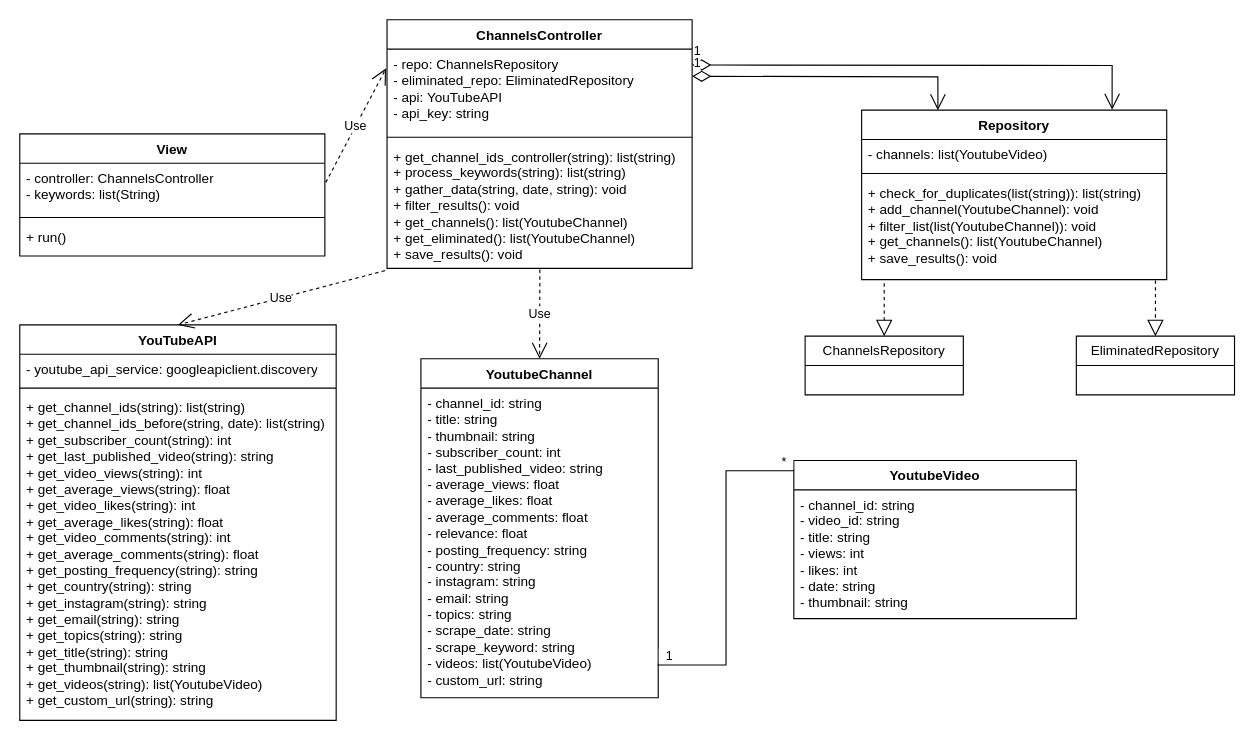
916-Silasi-Marius/Youtube-Scraping keeps this draw.io diagram as Data/Class Diagram.drawio. Above is the earlier version. Source tidied: cells renumbered, new cells numbered last; positions are measured from the earlier drawing's top-left corner, leaving out a move shared by most shapes. Both pictures are drawn from the tidied source at 113%, with x=0, y=0 at pixel (19, 19).
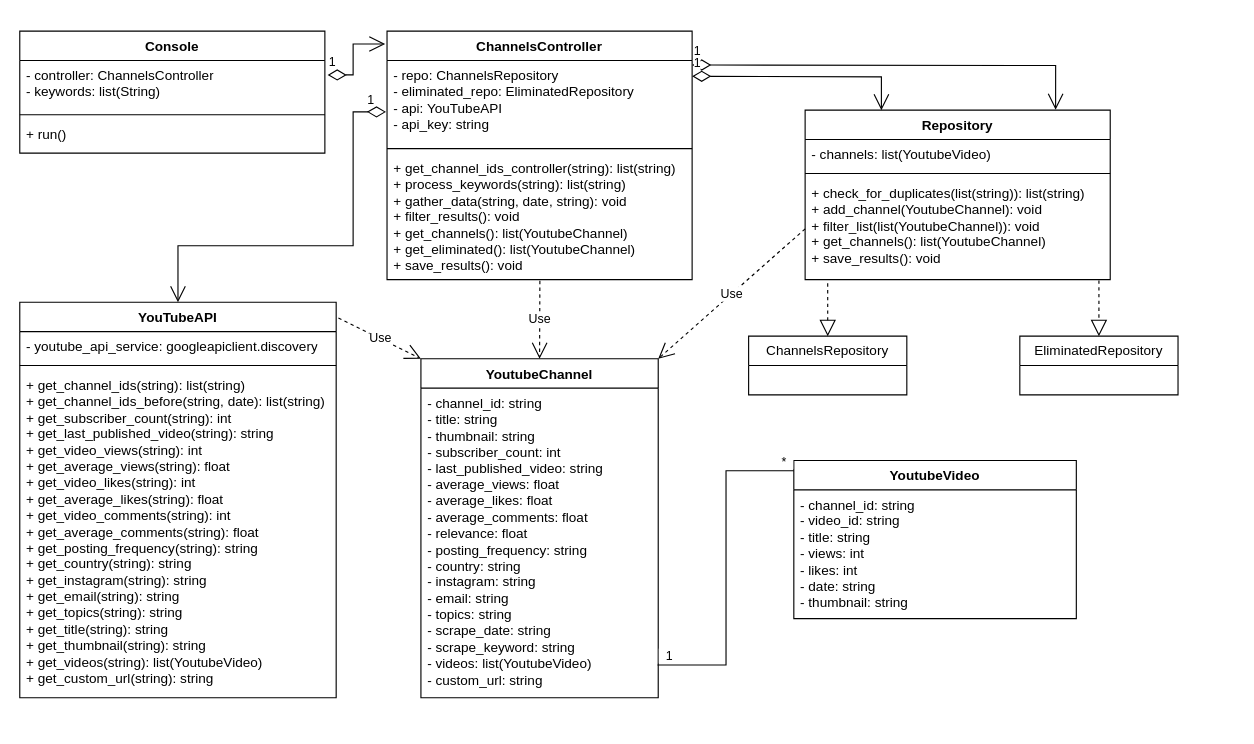
The same page after the edit.

Unchanged cells that the change refers to:
```xml
<mxCell id="2" value="YoutubeChannel" style="swimlane;fontStyle=1;align=center;verticalAlign=top;horizontal=1;startSize=26;whiteSpace=wrap;html=1;" parent="1" vertex="1">
  <mxGeometry x="355" y="300" width="210" height="300" as="geometry" />
</mxCell>
<mxCell id="15" value="- repo: ChannelsRepository&lt;br&gt;- eliminated_repo: EliminatedRepository&lt;br&gt;- api: YouTubeAPI&lt;br&gt;- api_key: string" style="text;strokeColor=none;fillColor=none;align=left;verticalAlign=top;spacingLeft=4;spacingRight=4;overflow=hidden;points=[[0,0.5],[1,0.5]];portConstraint=eastwest;whiteSpace=wrap;html=1;" parent="14" vertex="1">
  <mxGeometry y="26" width="270" height="74" as="geometry" />
</mxCell>
<mxCell id="17" value="+&amp;nbsp;get_channel_ids_controller(string): list(string)&lt;br&gt;+&amp;nbsp;process_keywords(string): list(string)&lt;br&gt;+&amp;nbsp;gather_data(string, date, string): void&lt;br&gt;+ filter_results(): void&lt;br&gt;+&amp;nbsp;get_channels(): list(YoutubeChannel)&lt;br&gt;+ get_eliminated(): list(YoutubeChannel)&lt;br&gt;+&amp;nbsp;save_results(): void" style="text;strokeColor=none;fillColor=none;align=left;verticalAlign=top;spacingLeft=4;spacingRight=4;overflow=hidden;points=[[0,0.5],[1,0.5]];portConstraint=eastwest;whiteSpace=wrap;html=1;" parent="14" vertex="1">
  <mxGeometry y="108" width="270" height="112" as="geometry" />
</mxCell>
<mxCell id="21" value="+ check_for_duplicates(list(string)): list(string)&lt;br&gt;+&amp;nbsp;add_channel(YoutubeChannel): void&lt;br&gt;+ filter_list(list(YoutubeChannel)): void&lt;br&gt;+&amp;nbsp;get_channels(): list(YoutubeChannel)&lt;br&gt;+ save_results(): void" style="text;strokeColor=none;fillColor=none;align=left;verticalAlign=top;spacingLeft=4;spacingRight=4;overflow=hidden;points=[[0,0.5],[1,0.5]];portConstraint=eastwest;whiteSpace=wrap;html=1;" parent="18" vertex="1">
  <mxGeometry y="60" width="270" height="90" as="geometry" />
</mxCell>
<mxCell id="31" value="- controller: ChannelsController&lt;br&gt;- keywords: list(String)" style="text;strokeColor=none;fillColor=none;align=left;verticalAlign=top;spacingLeft=4;spacingRight=4;overflow=hidden;points=[[0,0.5],[1,0.5]];portConstraint=eastwest;whiteSpace=wrap;html=1;" parent="30" vertex="1">
  <mxGeometry y="26" width="270" height="44" as="geometry" />
</mxCell>
```

What changed in the source:
```diff
@@
     <mxCell id="10" value="YouTubeAPI" style="swimlane;fontStyle=1;align=center;verticalAlign=top;horizontal=1;startSize=26;whiteSpace=wrap;html=1;" parent="1" vertex="1">
-      <mxGeometry y="270" width="280" height="350" as="geometry" />
+      <mxGeometry y="250" width="280" height="350" as="geometry" />
     </mxCell>
@@
     <mxCell id="14" value="ChannelsController" style="swimlane;fontStyle=1;align=center;verticalAlign=top;horizontal=1;startSize=26;whiteSpace=wrap;html=1;" parent="1" vertex="1">
-      <mxGeometry x="325" width="270" height="220" as="geometry" />
+      <mxGeometry x="325" y="10" width="270" height="220" as="geometry" />
     </mxCell>
@@
     <mxCell id="18" value="Repository&lt;br&gt;" style="swimlane;fontStyle=1;align=center;verticalAlign=top;horizontal=1;startSize=26;whiteSpace=wrap;html=1;" parent="1" vertex="1">
-      <mxGeometry x="745" y="80" width="270" height="150" as="geometry" />
+      <mxGeometry x="695" y="80" width="270" height="150" as="geometry" />
     </mxCell>
@@
     <mxCell id="22" value="ChannelsRepository" style="swimlane;fontStyle=0;horizontal=1;startSize=26;fillColor=none;whiteSpace=wrap;html=1;" parent="1" vertex="1">
-      <mxGeometry x="695" y="280" width="140" height="52" as="geometry" />
+      <mxGeometry x="645" y="280" width="140" height="52" as="geometry" />
     </mxCell>
     <mxCell id="23" value="EliminatedRepository" style="swimlane;fontStyle=0;horizontal=1;startSize=26;fillColor=none;whiteSpace=wrap;html=1;" parent="1" vertex="1">
-      <mxGeometry x="935" y="280" width="140" height="52" as="geometry" />
+      <mxGeometry x="885" y="280" width="140" height="52" as="geometry" />
     </mxCell>
@@
-    <mxCell id="28" value="Use" style="endArrow=open;endSize=12;dashed=1;html=1;rounded=0;exitX=-0.007;exitY=1.018;exitDx=0;exitDy=0;exitPerimeter=0;entryX=0.5;entryY=0;entryDx=0;entryDy=0;" parent="1" edge="1" source="17" target="10">
-      <mxGeometry relative="1" as="geometry" />
-    </mxCell>
@@
-    <mxCell id="30" value="View" style="swimlane;fontStyle=1;align=center;verticalAlign=top;horizontal=1;startSize=26;whiteSpace=wrap;html=1;" parent="1" vertex="1">
-      <mxGeometry y="101" width="270" height="108" as="geometry" />
+    <mxCell id="30" value="Console" style="swimlane;fontStyle=1;align=center;verticalAlign=top;horizontal=1;startSize=26;whiteSpace=wrap;html=1;" parent="1" vertex="1">
+      <mxGeometry y="10" width="270" height="108" as="geometry" />
     </mxCell>
@@
-    <mxCell id="34" value="Use" style="endArrow=open;endSize=12;dashed=1;html=1;rounded=0;exitX=1.003;exitY=0.384;exitDx=0;exitDy=0;entryX=-0.003;entryY=0.229;entryDx=0;entryDy=0;entryPerimeter=0;exitPerimeter=0;" parent="1" edge="1" source="31" target="15">
-      <mxGeometry relative="1" as="geometry" />
-    </mxCell>
+    <mxCell id="35" value="1" style="endArrow=open;html=1;endSize=12;startArrow=diamondThin;startSize=14;startFill=0;edgeStyle=orthogonalEdgeStyle;align=left;verticalAlign=bottom;rounded=0;entryX=0.5;entryY=0;entryDx=0;entryDy=0;exitX=-0.003;exitY=0.615;exitDx=0;exitDy=0;exitPerimeter=0;" parent="1" edge="1" source="15" target="10">
+      <mxGeometry x="-0.9" y="-2" relative="1" as="geometry">
+        <Array as="points">
+          <mxPoint x="295" y="81" />
+          <mxPoint x="295" y="200" />
+          <mxPoint x="140" y="200" />
+        </Array>
+      </mxGeometry>
+    </mxCell>
+    <mxCell id="36" value="1" style="endArrow=open;html=1;endSize=12;startArrow=diamondThin;startSize=14;startFill=0;edgeStyle=orthogonalEdgeStyle;align=left;verticalAlign=bottom;rounded=0;entryX=-0.006;entryY=0.052;entryDx=0;entryDy=0;entryPerimeter=0;exitX=1.009;exitY=0.292;exitDx=0;exitDy=0;exitPerimeter=0;" parent="1" edge="1" source="31" target="14">
+      <mxGeometry x="-1" y="3" relative="1" as="geometry">
+        <Array as="points">
+          <mxPoint x="295" y="49" />
+          <mxPoint x="295" y="21" />
+        </Array>
+      </mxGeometry>
+    </mxCell>
+    <mxCell id="37" value="Use" style="endArrow=open;endSize=12;dashed=1;html=1;rounded=0;exitX=0;exitY=0.5;exitDx=0;exitDy=0;entryX=1;entryY=0;entryDx=0;entryDy=0;" parent="1" edge="1" source="21" target="2">
+      <mxGeometry relative="1" as="geometry" />
+    </mxCell>
+    <mxCell id="38" value="Use" style="endArrow=open;endSize=12;dashed=1;html=1;rounded=0;entryX=0;entryY=0;entryDx=0;entryDy=0;exitX=1.007;exitY=0.04;exitDx=0;exitDy=0;exitPerimeter=0;" parent="1" edge="1" source="10" target="2">
+      <mxGeometry relative="1" as="geometry" />
+    </mxCell>
```
